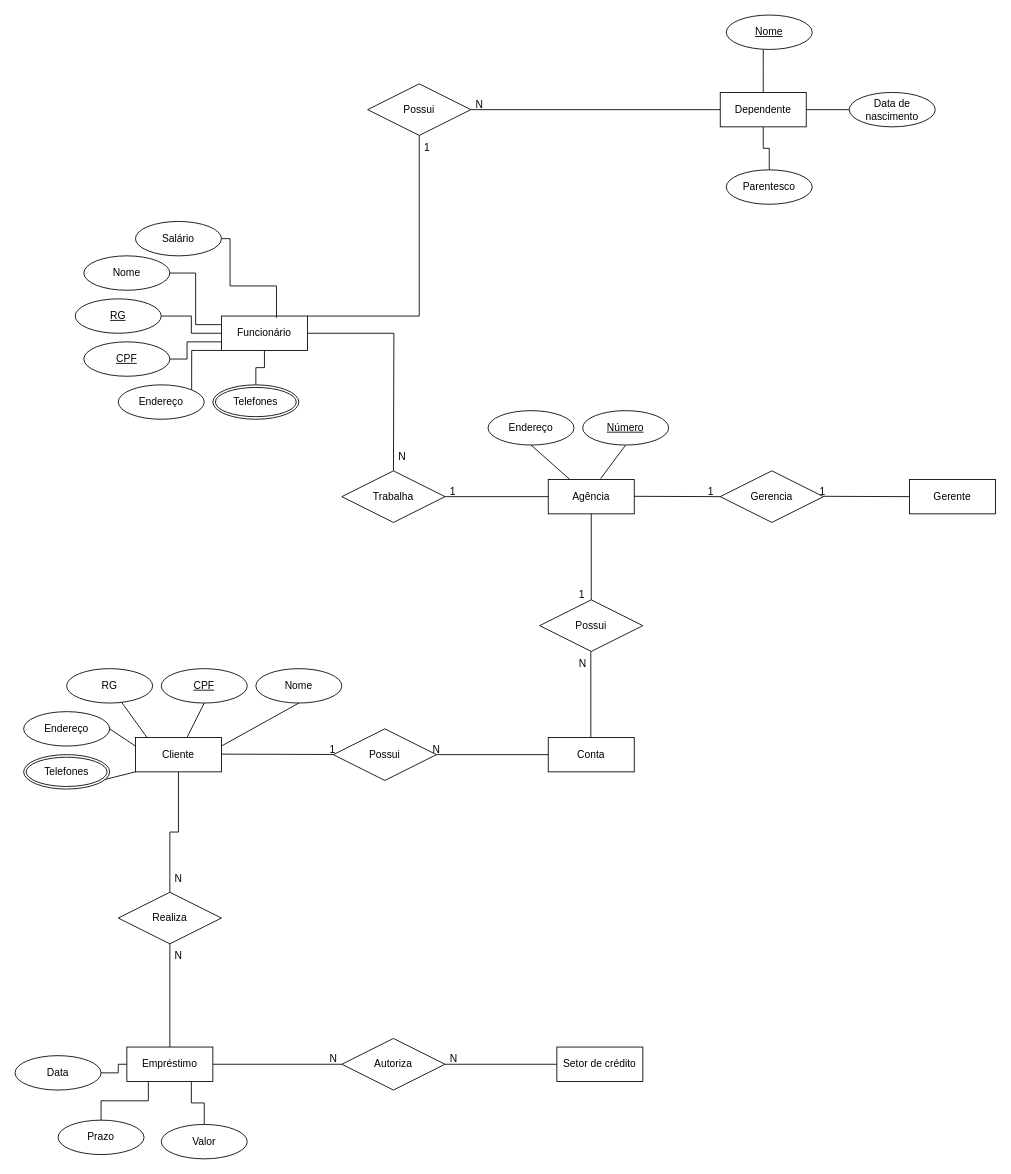
The draw.io diagram Untitled Diagram.drawio in Reprogramado/ProjetoEtec, before the edit. Source tidied: cells renumbered, new cells numbered last; positions are measured from the earlier drawing's top-left corner, leaving out a move shared by most shapes. Both pictures are drawn from the tidied source at 86%, with x=0, y=0 at pixel (15, 15).
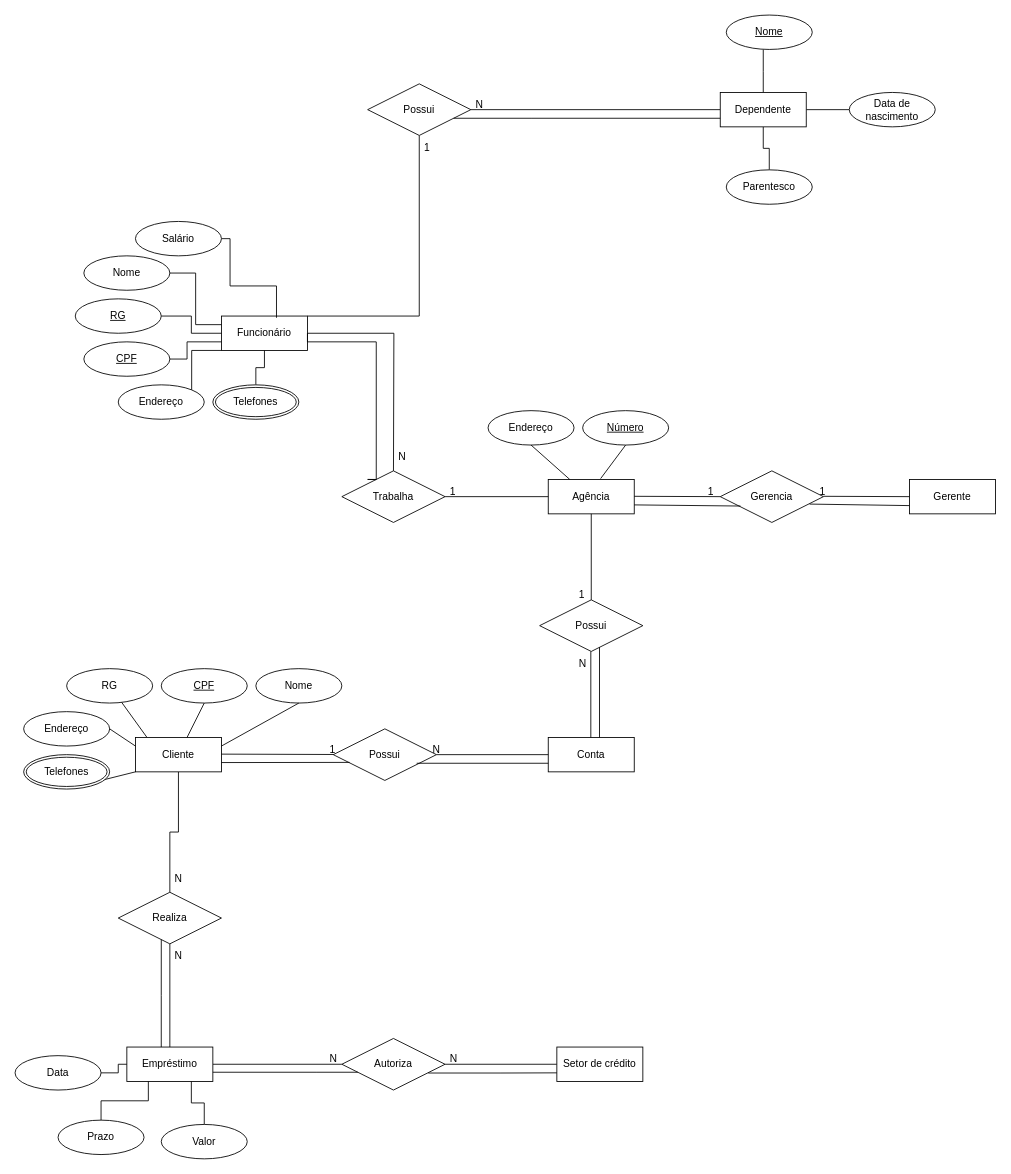
The same page after the edit.

Commit message:
atualizadin mais ainda

Unchanged cells that the change refers to:
```xml
<mxCell id="14" value="1" style="text;strokeColor=none;fillColor=none;spacingLeft=4;spacingRight=4;overflow=hidden;points=[[0,0.5],[1,0.5]];portConstraint=eastwest;fontSize=12;" parent="1" vertex="1">
  <mxGeometry x="360" y="840" width="40" height="30" as="geometry" />
</mxCell>
<mxCell id="17" value="Possui&lt;br&gt;" style="shape=rhombus;perimeter=rhombusPerimeter;whiteSpace=wrap;html=1;align=center;" parent="1" vertex="1">
  <mxGeometry x="610" y="680" width="120" height="60" as="geometry" />
</mxCell>
<mxCell id="31" value="Gerencia&lt;br&gt;" style="shape=rhombus;perimeter=rhombusPerimeter;whiteSpace=wrap;html=1;align=center;" parent="1" vertex="1">
  <mxGeometry x="820" y="530" width="120" height="60" as="geometry" />
</mxCell>
<mxCell id="40" value="Funcionário" style="whiteSpace=wrap;html=1;align=center;" parent="1" vertex="1">
  <mxGeometry x="240" y="350" width="100" height="40" as="geometry" />
</mxCell>
<mxCell id="53" value="Trabalha" style="shape=rhombus;perimeter=rhombusPerimeter;whiteSpace=wrap;html=1;align=center;" parent="1" vertex="1">
  <mxGeometry x="380" y="530" width="120" height="60" as="geometry" />
</mxCell>
<mxCell id="57" value="Possui&lt;br&gt;" style="shape=rhombus;perimeter=rhombusPerimeter;whiteSpace=wrap;html=1;align=center;" parent="1" vertex="1">
  <mxGeometry x="410" y="80" width="120" height="60" as="geometry" />
</mxCell>
<mxCell id="70" value="Realiza" style="shape=rhombus;perimeter=rhombusPerimeter;whiteSpace=wrap;html=1;align=center;" parent="1" vertex="1">
  <mxGeometry x="120" y="1020" width="120" height="60" as="geometry" />
</mxCell>
<mxCell id="73" value="Autoriza" style="shape=rhombus;perimeter=rhombusPerimeter;whiteSpace=wrap;html=1;align=center;" parent="1" vertex="1">
  <mxGeometry x="380" y="1190" width="120" height="60" as="geometry" />
</mxCell>
```

Change to the diagram source:
```diff
@@
+    <mxCell id="84" style="edgeStyle=orthogonalEdgeStyle;rounded=0;jettySize=auto;html=1;startArrow=none;startFill=0;endArrow=none;endFill=0;exitX=0.417;exitY=0.917;exitDx=0;exitDy=0;exitPerimeter=0;" parent="1" edge="1" source="70">
+      <mxGeometry relative="1" as="geometry">
+        <mxPoint x="170" y="1200" as="targetPoint" />
+      </mxGeometry>
+    </mxCell>
+    <mxCell id="85" style="edgeStyle=orthogonalEdgeStyle;rounded=0;jettySize=auto;html=1;startArrow=none;startFill=0;endArrow=none;endFill=0;" parent="1" edge="1" target="73">
+      <mxGeometry relative="1" as="geometry">
+        <mxPoint x="230" y="1229.3" as="sourcePoint" />
+        <Array as="points">
+          <mxPoint x="350" y="1229" />
+          <mxPoint x="350" y="1229" />
+        </Array>
+      </mxGeometry>
+    </mxCell>
+    <mxCell id="86" style="edgeStyle=orthogonalEdgeStyle;rounded=0;jettySize=auto;html=1;startArrow=none;startFill=0;endArrow=none;endFill=0;exitX=0.837;exitY=0.67;exitDx=0;exitDy=0;exitPerimeter=0;" parent="1" edge="1" source="73">
+      <mxGeometry relative="1" as="geometry">
+        <mxPoint x="630" y="1230" as="targetPoint" />
+      </mxGeometry>
+    </mxCell>
+    <mxCell id="87" style="edgeStyle=orthogonalEdgeStyle;rounded=0;jettySize=auto;html=1;startArrow=none;startFill=0;endArrow=none;endFill=0;" parent="1" edge="1" source="57">
+      <mxGeometry relative="1" as="geometry">
+        <mxPoint x="820" y="120" as="targetPoint" />
+        <Array as="points">
+          <mxPoint x="600" y="120" />
+          <mxPoint x="600" y="120" />
+        </Array>
+      </mxGeometry>
+    </mxCell>
+    <mxCell id="88" style="edgeStyle=orthogonalEdgeStyle;rounded=0;jettySize=auto;html=1;exitX=1;exitY=0.5;exitDx=0;exitDy=0;endArrow=none;endFill=0;entryX=0.332;entryY=0.17;entryDx=0;entryDy=0;entryPerimeter=0;" parent="1" edge="1" source="40" target="53">
+      <mxGeometry relative="1" as="geometry">
+        <Array as="points">
+          <mxPoint x="340" y="380" />
+          <mxPoint x="420" y="380" />
+          <mxPoint x="420" y="540" />
+          <mxPoint x="410" y="540" />
+        </Array>
+      </mxGeometry>
+    </mxCell>
+    <mxCell id="89" style="endArrow=none;html=1;rounded=0;exitX=0.866;exitY=0.644;exitDx=0;exitDy=0;exitPerimeter=0;" parent="1" edge="1" source="31">
+      <mxGeometry relative="1" as="geometry">
+        <mxPoint x="1040" y="570.4" as="targetPoint" />
+      </mxGeometry>
+    </mxCell>
+    <mxCell id="90" style="endArrow=none;html=1;rounded=0;entryX=0.196;entryY=0.682;entryDx=0;entryDy=0;entryPerimeter=0;" parent="1" edge="1" target="31">
+      <mxGeometry relative="1" as="geometry">
+        <mxPoint x="720" y="569.6" as="sourcePoint" />
+      </mxGeometry>
+    </mxCell>
+    <mxCell id="91" style="endArrow=none;html=1;rounded=0;exitX=0.58;exitY=0.917;exitDx=0;exitDy=0;exitPerimeter=0;" parent="1" edge="1" source="17">
+      <mxGeometry relative="1" as="geometry">
+        <mxPoint x="679.6" y="840" as="targetPoint" />
+      </mxGeometry>
+    </mxCell>
+    <mxCell id="92" style="endArrow=none;html=1;rounded=0;entryX=0.725;entryY=0.967;entryDx=0;entryDy=0;entryPerimeter=0;" parent="1" edge="1" target="14">
+      <mxGeometry relative="1" as="geometry">
+        <mxPoint x="240" y="869.2" as="sourcePoint" />
+      </mxGeometry>
+    </mxCell>
+    <mxCell id="93" style="endArrow=none;html=1;rounded=0;" parent="1" edge="1">
+      <mxGeometry relative="1" as="geometry">
+        <mxPoint x="467" y="870" as="sourcePoint" />
+        <mxPoint x="620" y="870" as="targetPoint" />
+      </mxGeometry>
+    </mxCell>
```
